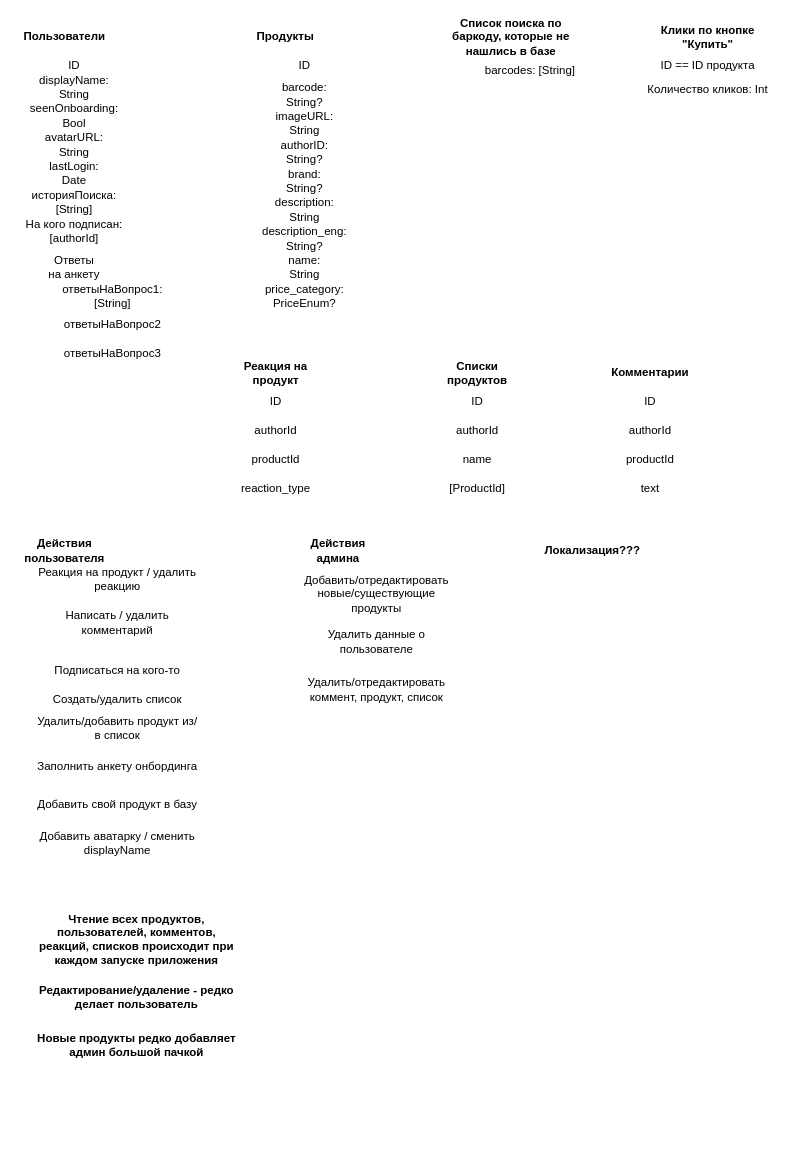
The draw.io diagram Диаграмма без названия.drawio in anatoly-os/drawio, before the edit. Source tidied: cells renumbered, new cells numbered last; positions are measured from the earlier drawing's top-left corner, leaving out a move shared by most shapes. Both pictures are drawn from the tidied source at 96%, with x=0, y=0 at pixel (16, 22).
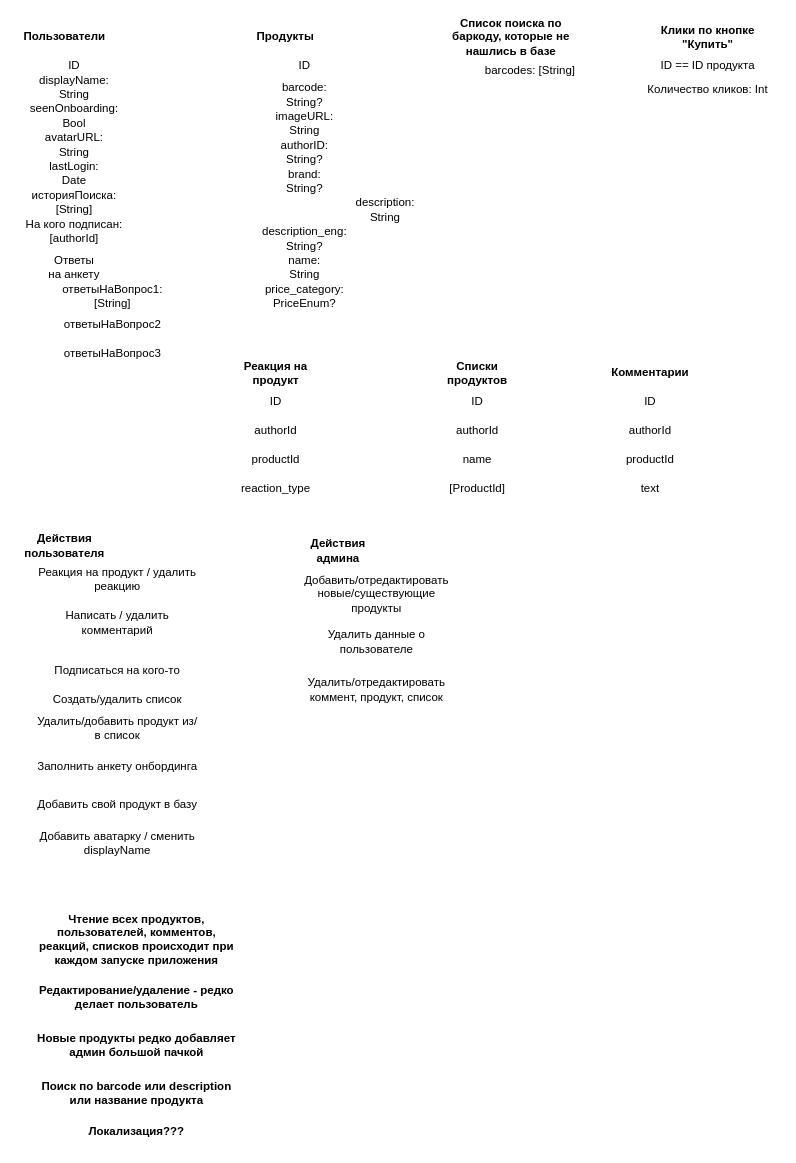
After the change.

Change to the diagram source:
```diff
@@
     <mxCell id="19" value="description: String" style="text;html=1;strokeColor=none;fillColor=none;align=center;verticalAlign=middle;whiteSpace=wrap;rounded=0;" parent="1" vertex="1">
-      <mxGeometry x="270" y="180" width="60" height="30" as="geometry" />
+      <mxGeometry x="354" y="180" width="60" height="30" as="geometry" />
     </mxCell>
@@
     <mxCell id="44" value="Действия пользователя" style="text;html=1;strokeColor=none;fillColor=none;align=center;verticalAlign=middle;whiteSpace=wrap;rounded=0;fontStyle=1;" parent="1" vertex="1">
-      <mxGeometry x="5" y="535" width="90" height="30" as="geometry" />
+      <mxGeometry x="5" y="530" width="90" height="30" as="geometry" />
     </mxCell>
@@
     <mxCell id="57" value="Локализация???" style="text;html=1;strokeColor=none;fillColor=none;align=center;verticalAlign=middle;whiteSpace=wrap;rounded=0;fontStyle=1;" parent="1" vertex="1">
-      <mxGeometry x="555" y="535" width="90" height="30" as="geometry" />
+      <mxGeometry x="80" y="1140" width="90" height="30" as="geometry" />
     </mxCell>
@@
+    <mxCell id="61" value="Поиск по barcode или description или название продукта" style="text;html=1;strokeColor=none;fillColor=none;align=center;verticalAlign=middle;whiteSpace=wrap;rounded=0;fontStyle=1;" parent="1" vertex="1">
+      <mxGeometry x="20" y="1100" width="210" height="30" as="geometry" />
+    </mxCell>
```
